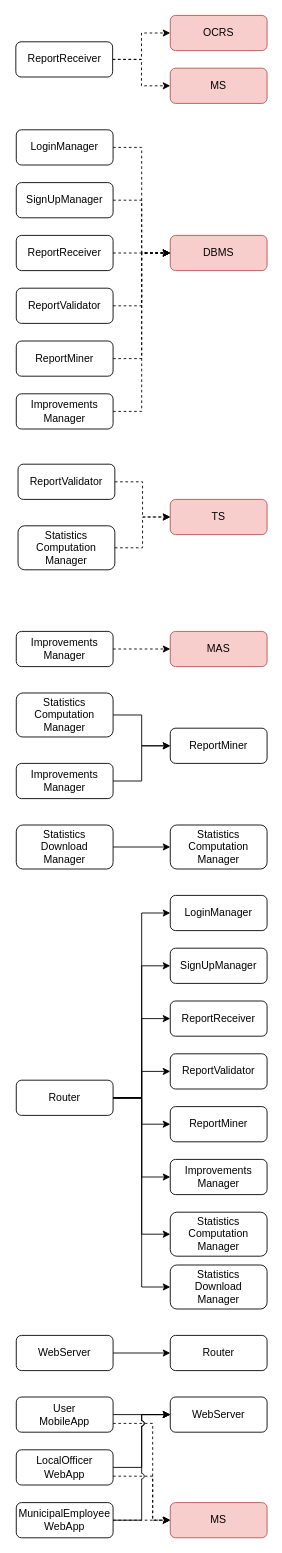
This is DD/images/IntegrationDependencies.drawio from MarkNuar/Project_SE2, a draw.io file, before an edit. Source tidied: cells renumbered, new cells numbered last; positions are measured from the earlier drawing's top-left corner, leaving out a move shared by most shapes. Both pictures are drawn from the tidied source at 88%, with x=0, y=0 at pixel (16, 15).
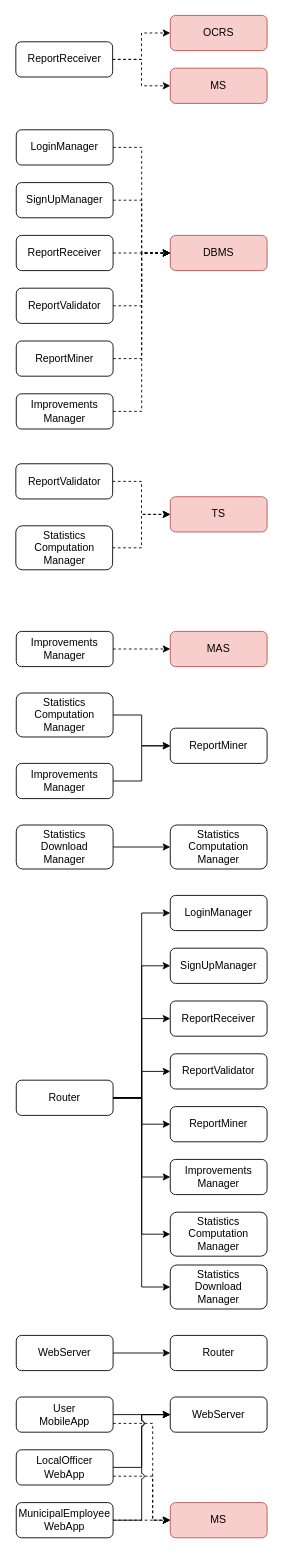
Above is the later version.

The edit, as a diff of the source:
```diff
@@
     <mxCell id="42" value="TS" style="rounded=1;whiteSpace=wrap;html=1;fillColor=#f8cecc;strokeColor=#b85450;" parent="1" vertex="1">
-      <mxGeometry x="175" y="550" width="110" height="40" as="geometry" />
+      <mxGeometry x="175" y="547" width="110" height="40" as="geometry" />
     </mxCell>
@@
-    <mxCell id="57" style="edgeStyle=orthogonalEdgeStyle;rounded=0;jumpStyle=arc;jettySize=auto;html=1;dashed=1;" parent="1" edge="1" source="58" target="42">
+    <mxCell id="57" style="edgeStyle=orthogonalEdgeStyle;rounded=0;jumpStyle=arc;jettySize=auto;html=1;entryX=0;entryY=0.5;entryDx=0;entryDy=0;dashed=1;" parent="1" edge="1" source="58" target="42">
       <mxGeometry relative="1" as="geometry" />
     </mxCell>
     <mxCell id="58" value="ReportValidator" style="rounded=1;whiteSpace=wrap;html=1;" parent="1" vertex="1">
-      <mxGeometry x="2" y="510" width="110" height="40" as="geometry" />
+      <mxGeometry x="-0.5" y="509.5" width="110" height="40" as="geometry" />
     </mxCell>
@@
     <mxCell id="60" value="Statistics&lt;br&gt;Computation&lt;br&gt;Manager" style="rounded=1;whiteSpace=wrap;html=1;" parent="1" vertex="1">
-      <mxGeometry x="2" y="580" width="110" height="50" as="geometry" />
+      <mxGeometry x="-0.5" y="580" width="110" height="50" as="geometry" />
     </mxCell>
```
